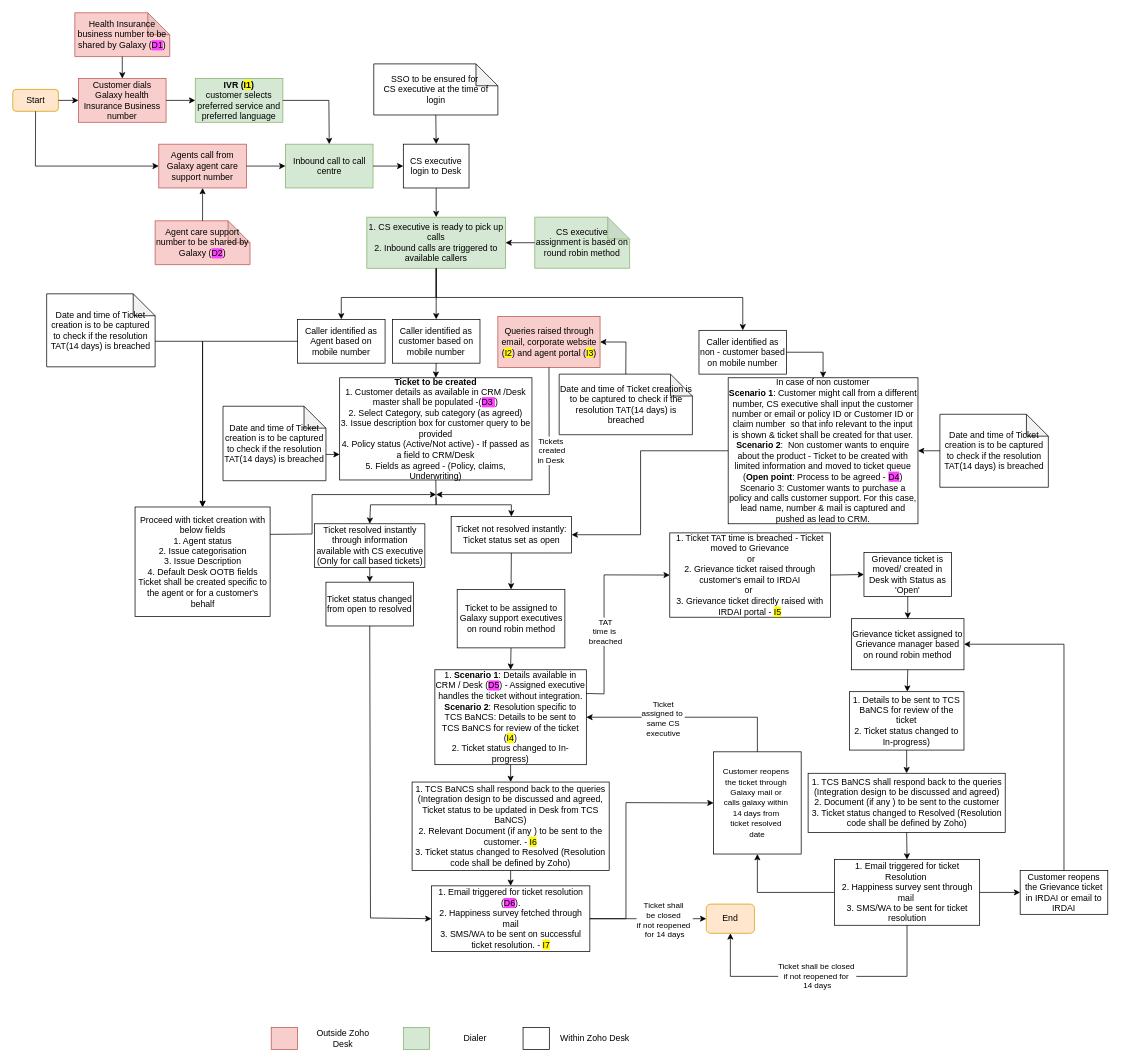
Earlier version of the draw.io diagram Customer Support.drawio (shaileshsreedar/Galaxy). Source tidied: cells renumbered, new cells numbered last; positions are measured from the earlier drawing's top-left corner, leaving out a move shared by most shapes. Both pictures are drawn from the tidied source at 73%, with x=0, y=0 at pixel (12, 12).
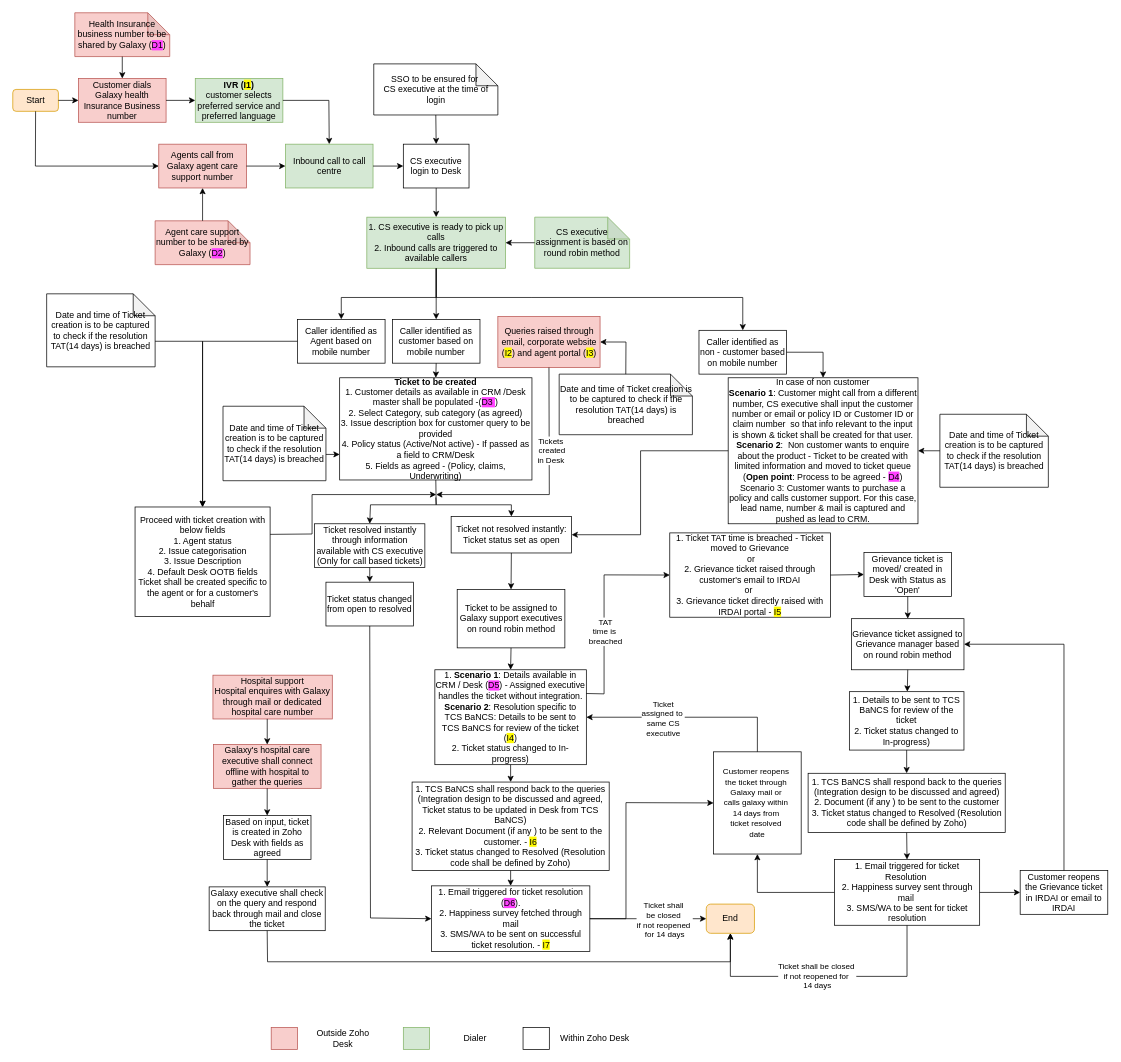
The same page after the edit.

The change refers to these unchanged cells:
```xml
<mxCell id="58" value="End" style="rounded=1;whiteSpace=wrap;html=1;fillColor=#ffe6cc;strokeColor=#d79b00;" parent="1" vertex="1">
  <mxGeometry x="950" y="1221" width="66" height="40" as="geometry" />
</mxCell>
```

The edit, as a diff of the source:
```diff
@@
+    <mxCell id="96" value="Hospital support&lt;div&gt;Hospital enquires with Galaxy through mail or dedicated hospital care number&lt;/div&gt;" style="rounded=0;whiteSpace=wrap;html=1;fillColor=#f8cecc;strokeColor=#b85450;" parent="1" vertex="1">
+      <mxGeometry x="274.2" y="907.4" width="163.5" height="60" as="geometry" />
+    </mxCell>
+    <mxCell id="97" value="Galaxy's hospital care executive shall connect offline with hospital to gather the queries" style="rounded=0;whiteSpace=wrap;html=1;fillColor=#f8cecc;strokeColor=#b85450;" parent="1" vertex="1">
+      <mxGeometry x="274.8" y="1002.4" width="147.5" height="60" as="geometry" />
+    </mxCell>
+    <mxCell id="98" value="Based on input, ticket is created in Zoho Desk with fields as agreed" style="rounded=0;whiteSpace=wrap;html=1;" parent="1" vertex="1">
+      <mxGeometry x="288.5" y="1099.7" width="120" height="60" as="geometry" />
+    </mxCell>
+    <mxCell id="99" value="Galaxy executive shall check on the query and respond back through mail and close the ticket" style="rounded=0;whiteSpace=wrap;html=1;" parent="1" vertex="1">
+      <mxGeometry x="269" y="1197.4" width="159" height="60" as="geometry" />
+    </mxCell>
+    <mxCell id="100" style="endArrow=classic;html=1;rounded=0;exitX=0.455;exitY=0.998;exitDx=0;exitDy=0;exitPerimeter=0;entryX=0.5;entryY=0;entryDx=0;entryDy=0;" parent="1" edge="1" source="96" target="97">
+      <mxGeometry relative="1" as="geometry" />
+    </mxCell>
+    <mxCell id="101" style="endArrow=classic;html=1;rounded=0;exitX=0.5;exitY=1;exitDx=0;exitDy=0;entryX=0.5;entryY=0;entryDx=0;entryDy=0;" parent="1" edge="1" source="97" target="98">
+      <mxGeometry relative="1" as="geometry" />
+    </mxCell>
+    <mxCell id="102" style="endArrow=classic;html=1;rounded=0;exitX=0.5;exitY=1;exitDx=0;exitDy=0;entryX=0.5;entryY=0;entryDx=0;entryDy=0;" parent="1" edge="1" source="98" target="99">
+      <mxGeometry relative="1" as="geometry" />
+    </mxCell>
+    <mxCell id="103" style="endArrow=classic;html=1;rounded=0;exitX=0.5;exitY=1;exitDx=0;exitDy=0;entryX=0.5;entryY=1;entryDx=0;entryDy=0;" parent="1" edge="1" source="99" target="58">
+      <mxGeometry relative="1" as="geometry">
+        <Array as="points">
+          <mxPoint x="349" y="1300" />
+          <mxPoint x="983" y="1300" />
+        </Array>
+      </mxGeometry>
+    </mxCell>
```
